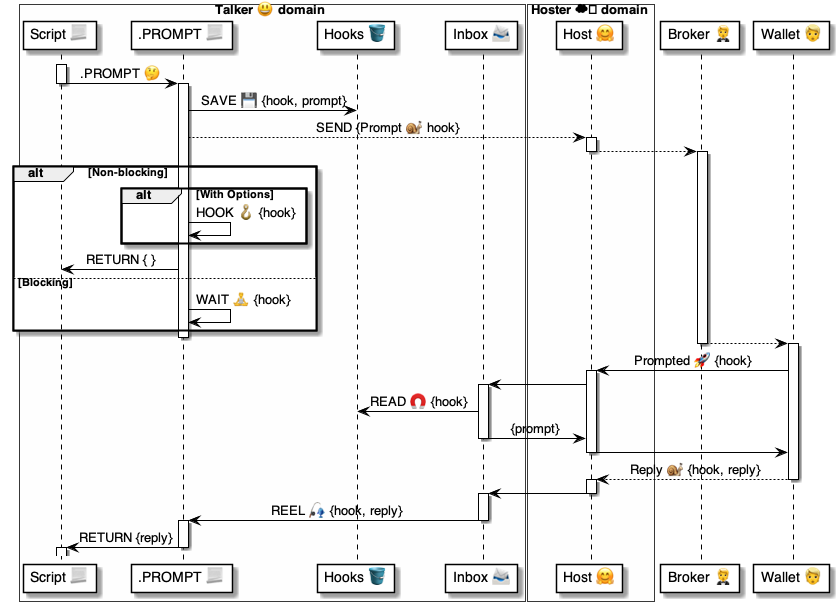
This is 4 ⚙️ Solution/35 💬 Chats/Talkers 😃/😃⏩ Talker flows/Send Prompts 😃⏩🧑‍🦰/🤔 Prompts ⚙️ uml.png from pollyweb-org/pollyweb-docs, a PlantUML export, as it was before one commit. Its source is kept beside it as 4 ⚙️ Solution/35 💬 Chats/Talkers 😃/😃⏩ Talker flows/Send Prompts 😃⏩🧑‍🦰/🤔 Prompts ⚙️ uml.puml. Its diagram source:
```plantuml
@startuml SHARE

box Talker 😃 domain #FFFFFD
    participant "Script 📃" as script
    participant ".PROMPT 📃" as talker
    participant "Hooks 🪣" as hooks
    participant "Inbox 📨" as handler
end box

box Hoster ☁️ domain #FFFFFA
    participant "Host 🤗" as host
end box

participant "Broker 🤵" as broker
participant "Wallet 👱" as wallet

activate script
    script -> talker: .PROMPT 🤔
deactivate script

activate talker
    talker -> hooks: SAVE 💾 {hook, prompt}
    talker --> host: SEND {Prompt 🐌 hook}
    activate host
        host --> broker:
    deactivate host
activate broker

    alt Non-blocking
        alt With Options
            talker -> talker: HOOK 🪝 {hook}
        end alt
        talker -> script: RETURN { }
    else Blocking
        talker -> talker: WAIT 🧘 {hook}
    end alt

deactivate talker

    broker --> wallet:
deactivate broker

activate wallet
    wallet -> host: Prompted 🚀 {hook}

    activate host
        host -> handler
        activate handler
            handler -> hooks: READ 🧲 {hook}
            handler -> host: {prompt}
        deactivate handler
        host -> wallet:
    deactivate host

    wallet --> host: Reply 🐌 {hook, reply}
deactivate wallet

activate host
    host -> handler:
deactivate host

activate handler
    handler -> talker: REEL 🎣 {hook, reply}
deactivate handler

activate talker
    talker -> script: RETURN {reply}
deactivate talker

activate script
deactivate script

@enduml
```
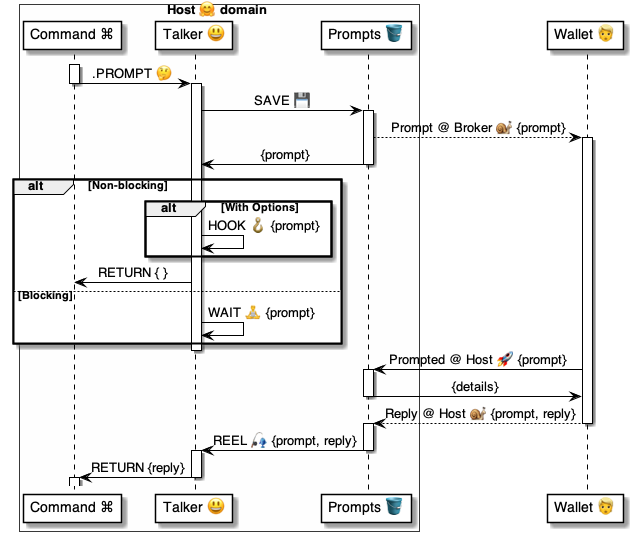
Above is the later version.

The edit, as a diff of the source:
```diff
@@ -1,67 +1,53 @@
 @startuml SHARE
 
-box Talker 😃 domain #FFFFFD
-    participant "Script 📃" as script
-    participant ".PROMPT 📃" as talker
-    participant "Hooks 🪣" as hooks
-    participant "Inbox 📨" as handler
+box Host 🤗 domain #FFFFFD
+    participant "Command ⌘" as script
+    participant "Talker 😃" as talker
+    participant "Prompts 🪣" as table
 end box
+participant "Wallet 👱" as wallet
 
-box Hoster ☁️ domain #FFFFFA
-    participant "Host 🤗" as host
-end box
-
-participant "Broker 🤵" as broker
-participant "Wallet 👱" as wallet
 
 activate script
     script -> talker: .PROMPT 🤔
 deactivate script
 
 activate talker
-    talker -> hooks: SAVE 💾 {hook, prompt}
-    talker --> host: SEND {Prompt 🐌 hook}
-    activate host
-        host --> broker:
-    deactivate host
-activate broker
+    talker -> table: SAVE 💾
+
+    activate table
+        table --> wallet: Prompt @ Broker 🐌 {prompt}
+    activate wallet
+        table -> talker: {prompt}
+    deactivate table
+
 
     alt Non-blocking
         alt With Options
-            talker -> talker: HOOK 🪝 {hook}
+            talker -> talker: HOOK 🪝 {prompt}
         end alt
         talker -> script: RETURN { }
     else Blocking
-        talker -> talker: WAIT 🧘 {hook}
+        talker -> talker: WAIT 🧘 {prompt}
     end alt
 
 deactivate talker
 
-    broker --> wallet:
-deactivate broker
 
 activate wallet
-    wallet -> host: Prompted 🚀 {hook}
 
-    activate host
-        host -> handler
-        activate handler
-            handler -> hooks: READ 🧲 {hook}
-            handler -> host: {prompt}
-        deactivate handler
-        host -> wallet:
-    deactivate host
+    wallet -> table: Prompted @ Host 🚀 {prompt}
+    activate table
+        table -> wallet: {details}
+    deactivate table
 
-    wallet --> host: Reply 🐌 {hook, reply}
+    wallet --> table: Reply @ Host 🐌 {prompt, reply}
+
 deactivate wallet
 
-activate host
-    host -> handler:
-deactivate host
-
-activate handler
-    handler -> talker: REEL 🎣 {hook, reply}
-deactivate handler
+activate table
+    table -> talker: REEL 🎣 {prompt, reply}
+deactivate table
 
 activate talker
     talker -> script: RETURN {reply}
```
